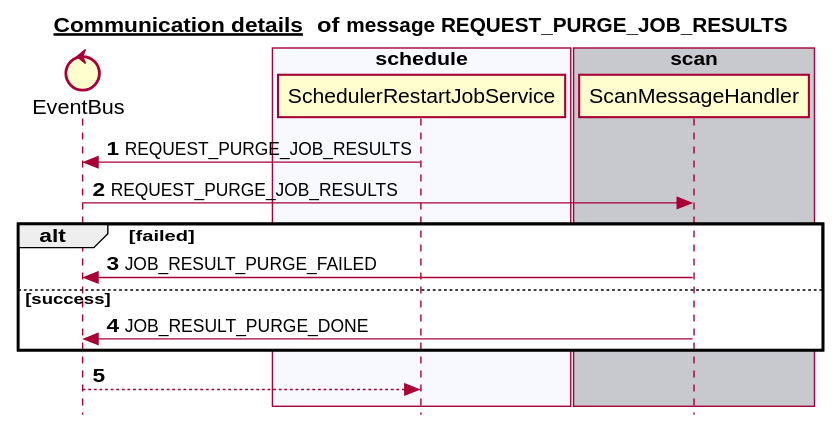
mercedes-benz/sechub keeps this PlantUML diagram as docs/latest/images/gen_domain_messaging_request_purge_job_results.svg. Above is the earlier version.
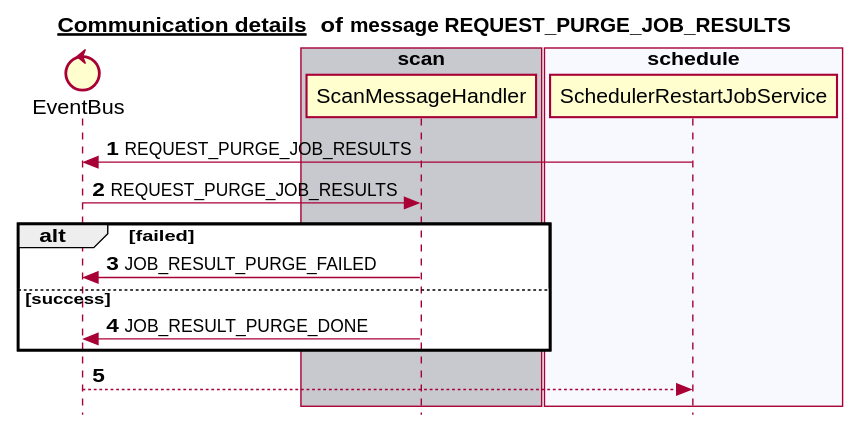
The same file after the commit.

What changed in the source:
```diff
@@ -6,17 +6,17 @@
 
 
 control EventBus
-box "notification" #C8C8CF
-end box
-box "authorization" #F8F8FF
-end box
-box "administration" #C8C8CF
+box "scan" #C8C8CF
+   participant ScanMessageHandler
 end box
 box "schedule" #F8F8FF
    participant SchedulerRestartJobService
 end box
-box "scan" #C8C8CF
-   participant ScanMessageHandler
+box "authorization" #C8C8CF
+end box
+box "notification" #F8F8FF
+end box
+box "administration" #C8C8CF
 end box
 autonumber 1
 SchedulerRestartJobService -> EventBus:REQUEST_PURGE_JOB_RESULTS
```
